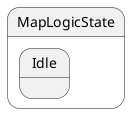
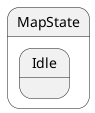
- @startuml MapLogicState
- state "MapLogicState" as Labyrinth_MapLogicState {
-   state "Idle" as Labyrinth_MapLogicState_Idle
+ @startuml MapState
+ state "MapState" as Labyrinth_MapState {
+   state "Idle" as Labyrinth_MapState_Idle
}
@enduml